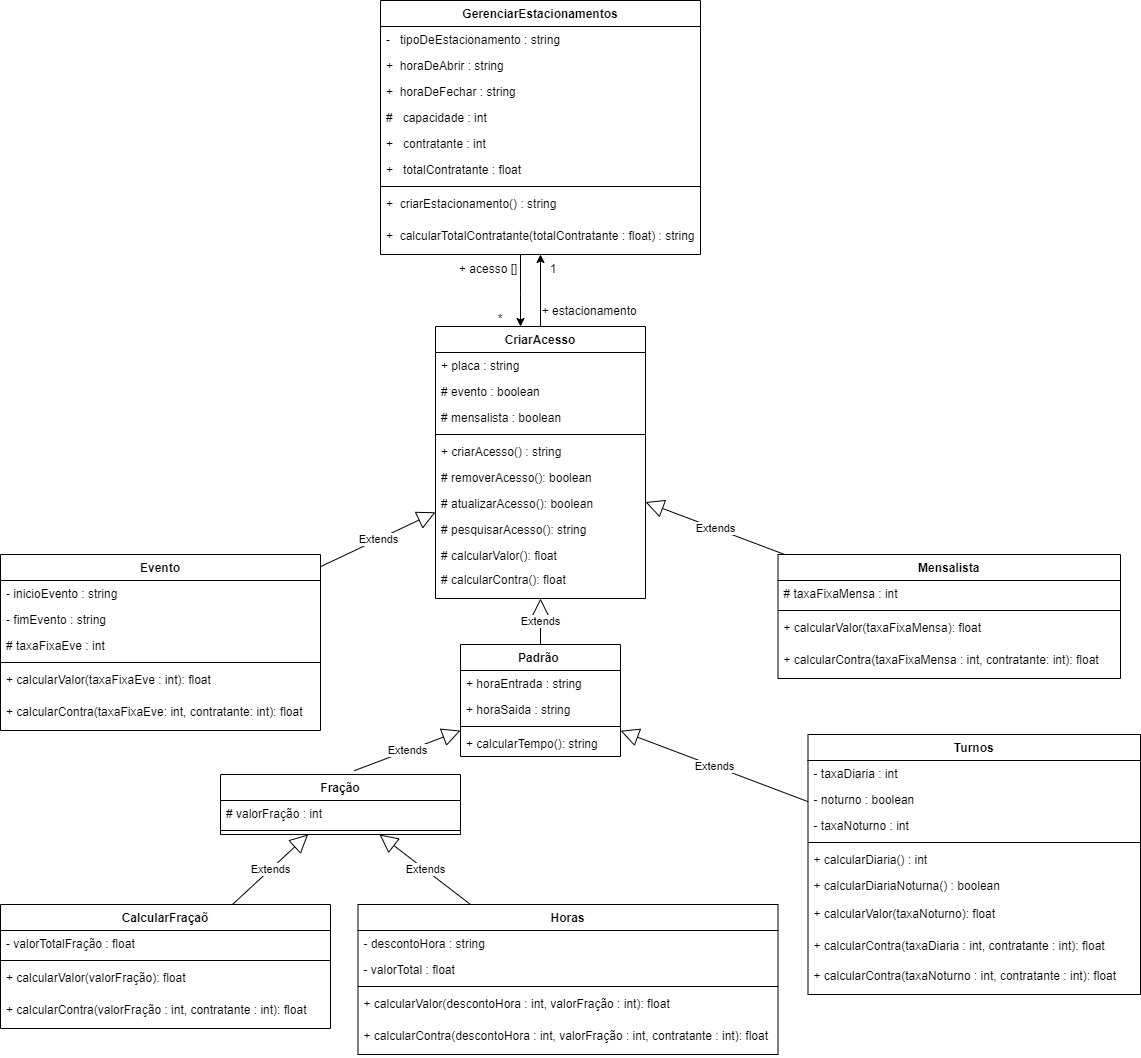
Above: diagrama.png in arthurgrandao/Trabalho-OO-2022.1 (draw.io), before the change. Source tidied: cells renumbered, new cells last; positions are measured from the earlier drawing's top-left corner, leaving out a move shared by most shapes.
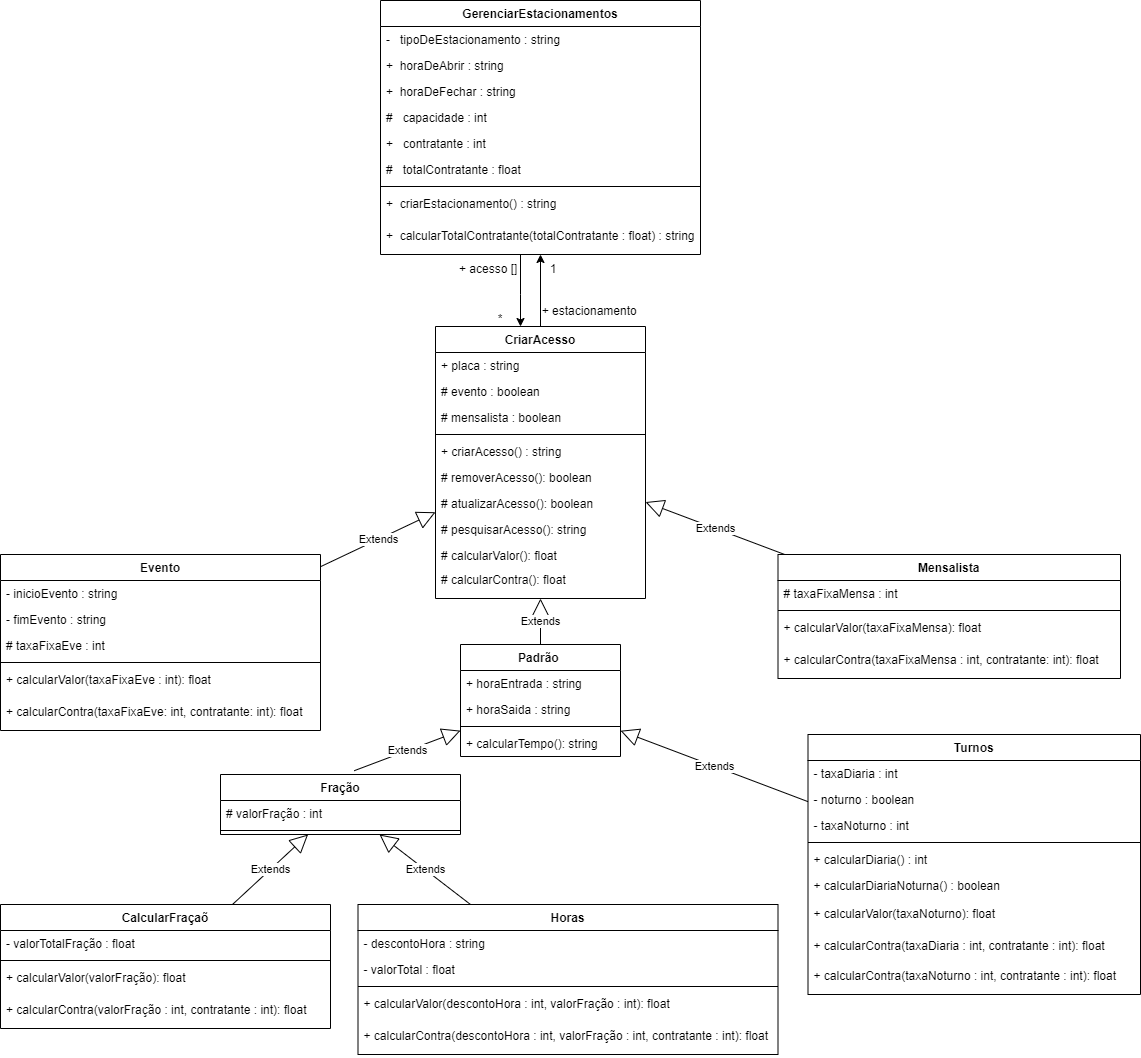
Above is the later version.

Commit message:
Mudanca imagem

Diff of the diagram source:
```diff
@@ -28,7 +28,7 @@
     <mxCell id="8" value="+   contratante : int" style="text;strokeColor=none;fillColor=none;align=left;verticalAlign=top;spacingLeft=4;spacingRight=4;overflow=hidden;" parent="3" vertex="1">
       <mxGeometry y="130" width="320" height="26" as="geometry" />
     </mxCell>
-    <mxCell id="9" value="+   totalContratante : float" style="text;strokeColor=none;fillColor=none;align=left;verticalAlign=top;spacingLeft=4;spacingRight=4;overflow=hidden;" parent="3" vertex="1">
+    <mxCell id="9" value="#   totalContratante : float" style="text;strokeColor=none;fillColor=none;align=left;verticalAlign=top;spacingLeft=4;spacingRight=4;overflow=hidden;" parent="3" vertex="1">
       <mxGeometry y="156" width="320" height="26" as="geometry" />
     </mxCell>
     <mxCell id="10" style="line;strokeWidth=1;fillColor=none;align=left;verticalAlign=middle;spacingTop=-1;spacingLeft=3;spacingRight=3;labelPosition=right;" parent="3" vertex="1">
```
